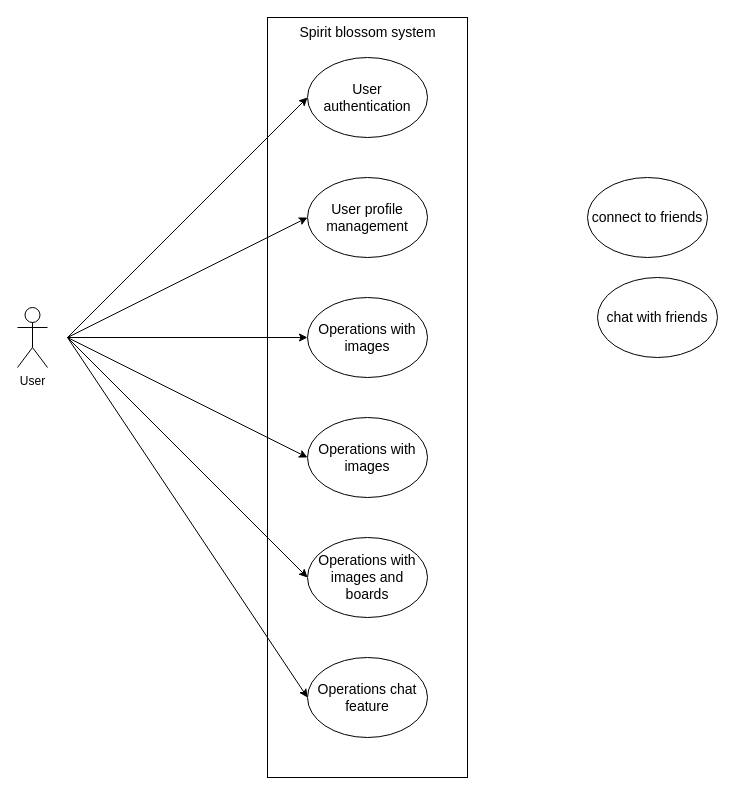
The draw.io diagram page "usecase: overview" (1 of 5) of designs/usecase.drawio in PhoenixWK/spirit-blossom, before the edit. Source tidied: cells renumbered, new cells numbered last; positions are measured from the earlier drawing's top-left corner, leaving out a move shared by most shapes. Both pictures are drawn from the tidied source at 100%, with x=0, y=0 at pixel (17, 17).
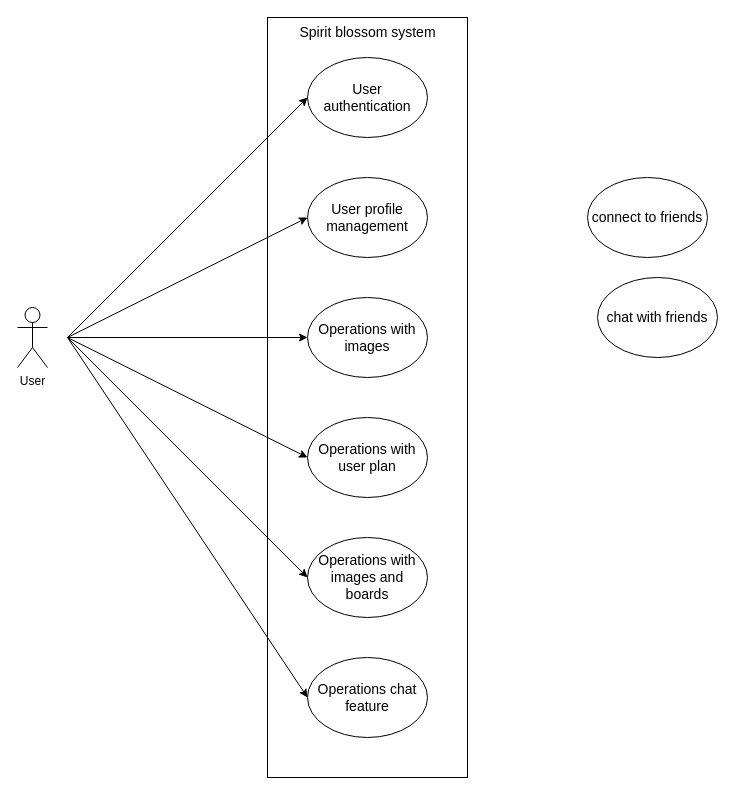
Above is the later version.

What changed in the source:
```diff
@@
-    <mxCell id="7" value="&lt;font style=&quot;font-size: 14px;&quot;&gt;Operations with images&lt;/font&gt;" style="ellipse;whiteSpace=wrap;html=1;fillColor=default;" parent="1" vertex="1">
+    <mxCell id="7" value="&lt;font style=&quot;font-size: 14px;&quot;&gt;Operations with user plan&lt;/font&gt;" style="ellipse;whiteSpace=wrap;html=1;fillColor=default;" parent="1" vertex="1">
       <mxGeometry x="290" y="400" width="120" height="80" as="geometry" />
     </mxCell>
```
